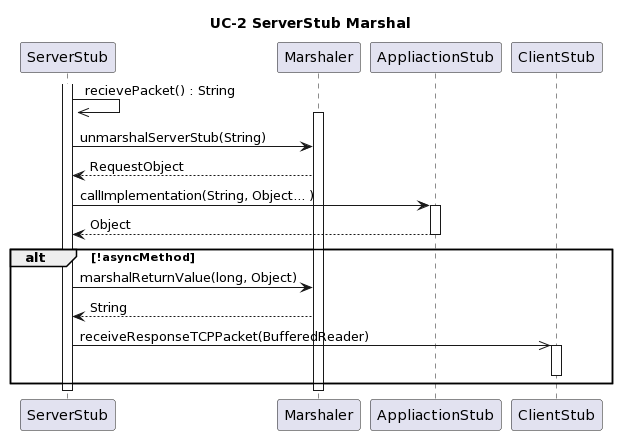
Before: doku-middleware/UC-2-ServerStub-Marshal.png, a diagram exported from PlantUML (PrismFox/tron-game). Source of this version:
```plantuml
@startuml
title UC-2 ServerStub Marshal
Participant ServerStub
  Participant Marshaler

  Activate ServerStub
  ServerStub ->> ServerStub : recievePacket() : String
  activate Marshaler
  ServerStub -> Marshaler: unmarshalServerStub(String)
  Marshaler --> ServerStub : RequestObject


  ServerStub -> AppliactionStub: callImplementation(String, Object... )
  activate AppliactionStub
  return Object
  deactivate AppliactionStub


  alt !asyncMethod
    ServerStub -> Marshaler: marshalReturnValue(long, Object)
    Marshaler --> ServerStub: String
    ServerStub ->> ClientStub : receiveResponseTCPPacket(BufferedReader)

    Activate ClientStub
    Deactivate ClientStub
  end

  deactivate ServerStub
  deactivate Marshaler
@enduml
```
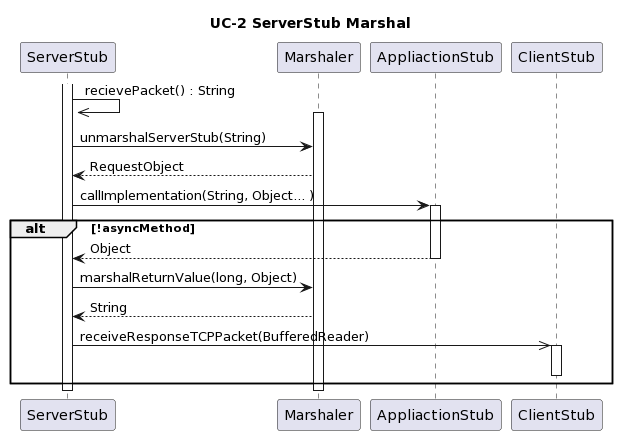
After the change.

Diff of the diagram source:
```diff
@@ -12,11 +12,12 @@
 
   ServerStub -> AppliactionStub: callImplementation(String, Object... )
   activate AppliactionStub
-  return Object
-  deactivate AppliactionStub
+
 
 
   alt !asyncMethod
+  return Object
+  deactivate AppliactionStub
     ServerStub -> Marshaler: marshalReturnValue(long, Object)
     Marshaler --> ServerStub: String
     ServerStub ->> ClientStub : receiveResponseTCPPacket(BufferedReader)
```
